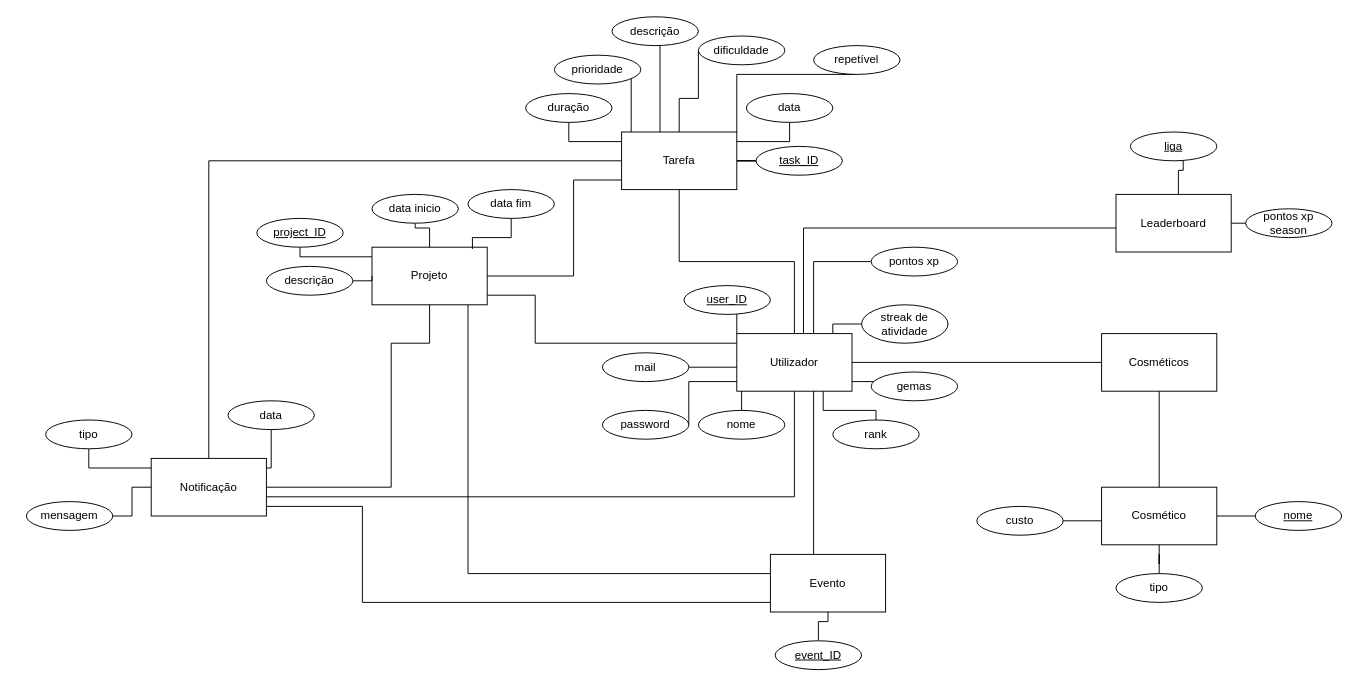
Gongas1331/StudySync keeps this draw.io diagram as docs/studysync_der.drawio. Above is the earlier version. Source tidied: cells renumbered, new cells numbered last; positions are measured from the earlier drawing's top-left corner, leaving out a move shared by most shapes. Both pictures are drawn from the tidied source at 96%, with x=0, y=0 at pixel (26, 16).
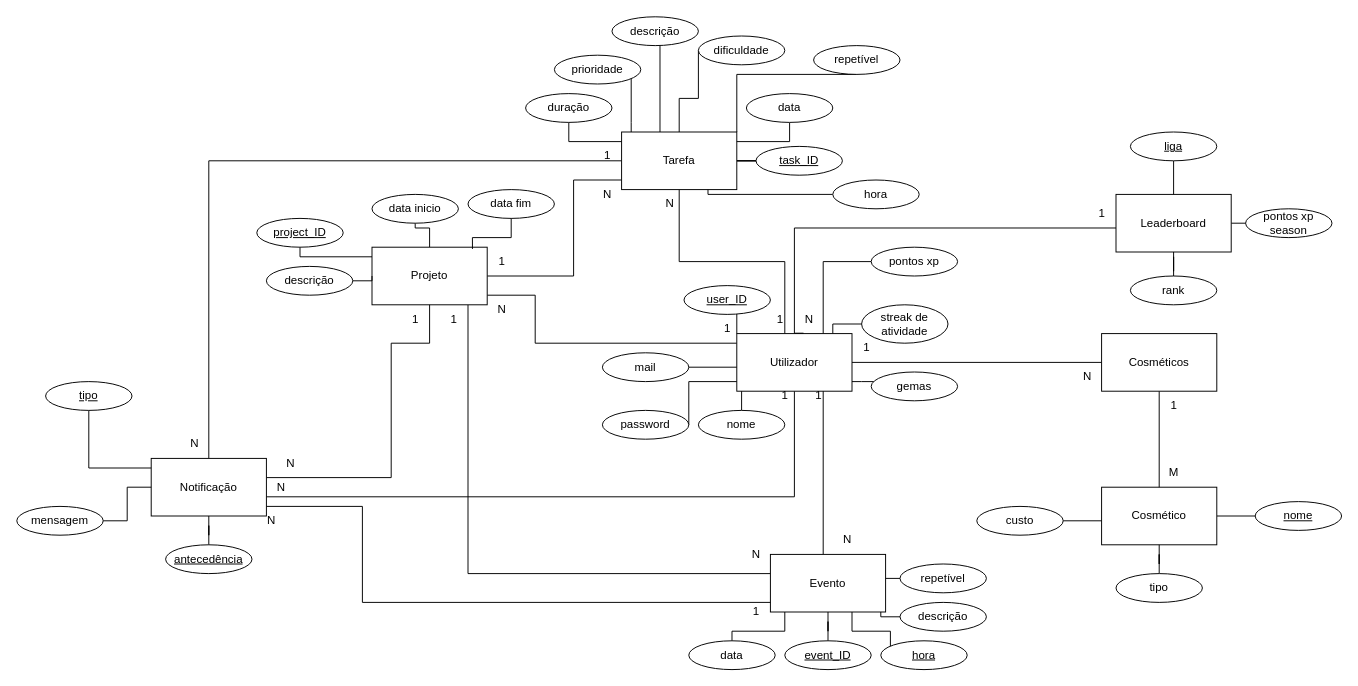
The same page after the edit.

The change refers to these unchanged cells:
```xml
<mxCell id="10" value="Utilizador" style="rounded=0;whiteSpace=wrap;html=1;" parent="1" vertex="1">
  <mxGeometry x="740" y="330" width="120" height="60" as="geometry" />
</mxCell>
<mxCell id="14" value="Tarefa" style="rounded=0;whiteSpace=wrap;html=1;" parent="1" vertex="1">
  <mxGeometry x="620" y="120" width="120" height="60" as="geometry" />
</mxCell>
<mxCell id="17" value="Evento" style="rounded=0;whiteSpace=wrap;html=1;" parent="1" vertex="1">
  <mxGeometry x="775" y="560" width="120" height="60" as="geometry" />
</mxCell>
<mxCell id="19" value="Projeto" style="rounded=0;whiteSpace=wrap;html=1;" parent="1" vertex="1">
  <mxGeometry x="360" y="240" width="120" height="60" as="geometry" />
</mxCell>
<mxCell id="22" value="Notificação" style="rounded=0;whiteSpace=wrap;html=1;" parent="1" vertex="1">
  <mxGeometry x="130" y="460" width="120" height="60" as="geometry" />
</mxCell>
<mxCell id="44" value="Leaderboard" style="rounded=0;whiteSpace=wrap;html=1;" parent="1" vertex="1">
  <mxGeometry x="1135" y="185" width="120" height="60" as="geometry" />
</mxCell>
<mxCell id="45" value="pontos xp" style="ellipse;whiteSpace=wrap;html=1;" parent="1" vertex="1">
  <mxGeometry x="880" y="240" width="90" height="30" as="geometry" />
</mxCell>
<mxCell id="47" value="&lt;u&gt;liga&lt;/u&gt;" style="ellipse;whiteSpace=wrap;html=1;" parent="1" vertex="1">
  <mxGeometry x="1150" y="120" width="90" height="30" as="geometry" />
</mxCell>
```

Change to the diagram source:
```diff
@@
     <mxCell id="2" style="edgeStyle=orthogonalEdgeStyle;rounded=0;jettySize=auto;html=1;endArrow=none;endFill=0;" parent="1" edge="1" source="10" target="14">
-      <mxGeometry relative="1" as="geometry" />
+      <mxGeometry relative="1" as="geometry">
+        <Array as="points">
+          <mxPoint x="790" y="255" />
+          <mxPoint x="680" y="255" />
+        </Array>
+      </mxGeometry>
     </mxCell>
@@
-    <mxCell id="6" style="edgeStyle=orthogonalEdgeStyle;rounded=0;jettySize=auto;html=1;endArrow=none;endFill=0;" parent="1" edge="1" source="10" target="48">
-      <mxGeometry relative="1" as="geometry">
-        <Array as="points">
-          <mxPoint x="830" y="410" />
-          <mxPoint x="885" y="410" />
-        </Array>
-      </mxGeometry>
-    </mxCell>
@@
     <mxCell id="9" style="edgeStyle=orthogonalEdgeStyle;rounded=0;jettySize=auto;html=1;endArrow=none;endFill=0;" parent="1" edge="1" source="10" target="45">
       <mxGeometry relative="1" as="geometry">
         <Array as="points">
-          <mxPoint x="820" y="255" />
+          <mxPoint x="830" y="255" />
         </Array>
       </mxGeometry>
     </mxCell>
@@
-    <mxCell id="15" style="edgeStyle=orthogonalEdgeStyle;rounded=0;jettySize=auto;html=1;endArrow=none;endFill=0;" parent="1" edge="1" source="17" target="10">
+    <mxCell id="15" style="edgeStyle=orthogonalEdgeStyle;rounded=0;orthogonalLoop=1;jettySize=auto;html=1;endArrow=none;endFill=0;" parent="1" edge="1">
       <mxGeometry relative="1" as="geometry">
+        <mxPoint x="830" y="560" as="sourcePoint" />
+        <mxPoint x="830" y="390" as="targetPoint" />
         <Array as="points">
-          <mxPoint x="820" y="520" />
-          <mxPoint x="820" y="520" />
+          <mxPoint x="830" y="520" />
+          <mxPoint x="830" y="520" />
         </Array>
       </mxGeometry>
     </mxCell>
@@
+    <mxCell id="78" style="edgeStyle=orthogonalEdgeStyle;rounded=0;jettySize=auto;html=1;endArrow=none;endFill=0;" parent="1" edge="1" source="17" target="75">
+      <mxGeometry relative="1" as="geometry">
+        <Array as="points">
+          <mxPoint x="790" y="640" />
+          <mxPoint x="735" y="640" />
+        </Array>
+      </mxGeometry>
+    </mxCell>
@@
     <mxCell id="21" style="edgeStyle=orthogonalEdgeStyle;rounded=0;jettySize=auto;html=1;endArrow=none;endFill=0;" parent="1" edge="1" source="22" target="19">
       <mxGeometry relative="1" as="geometry">
         <Array as="points">
-          <mxPoint x="380" y="490" />
+          <mxPoint x="380" y="480" />
           <mxPoint x="380" y="340" />
           <mxPoint x="420" y="340" />
         </Array>
       </mxGeometry>
     </mxCell>
@@
     <mxCell id="32" value="&lt;u&gt;event_ID&lt;/u&gt;" style="ellipse;whiteSpace=wrap;html=1;" parent="1" vertex="1">
-      <mxGeometry x="780" y="650" width="90" height="30" as="geometry" />
+      <mxGeometry x="790" y="650" width="90" height="30" as="geometry" />
     </mxCell>
@@
     <mxCell id="46" style="edgeStyle=orthogonalEdgeStyle;rounded=0;jettySize=auto;html=1;endArrow=none;endFill=0;" parent="1" edge="1" source="47" target="44">
       <mxGeometry relative="1" as="geometry">
         <Array as="points">
-          <mxPoint x="1205" y="160" />
-          <mxPoint x="1200" y="160" />
+          <mxPoint x="1200" y="150" />
+          <mxPoint x="1200" y="150" />
         </Array>
       </mxGeometry>
     </mxCell>
@@
+    <mxCell id="79" style="edgeStyle=orthogonalEdgeStyle;rounded=0;jettySize=auto;html=1;endArrow=none;endFill=0;" parent="1" edge="1" source="48" target="44">
+      <mxGeometry relative="1" as="geometry" />
+    </mxCell>
     <mxCell id="48" value="rank" style="ellipse;whiteSpace=wrap;html=1;" parent="1" vertex="1">
-      <mxGeometry x="840" y="420" width="90" height="30" as="geometry" />
+      <mxGeometry x="1150" y="270" width="90" height="30" as="geometry" />
     </mxCell>
@@
     <mxCell id="54" style="edgeStyle=orthogonalEdgeStyle;rounded=0;jettySize=auto;html=1;entryX=0.579;entryY=-0.007;entryDx=0;entryDy=0;entryPerimeter=0;endArrow=none;endFill=0;" parent="1" edge="1" source="44" target="10">
       <mxGeometry relative="1" as="geometry">
         <Array as="points">
-          <mxPoint x="810" y="220" />
+          <mxPoint x="800" y="220" />
+          <mxPoint x="800" y="330" />
         </Array>
       </mxGeometry>
     </mxCell>
@@
-    <mxCell id="73" value="tipo" style="ellipse;whiteSpace=wrap;html=1;" parent="1" vertex="1">
-      <mxGeometry x="20" y="420" width="90" height="30" as="geometry" />
+    <mxCell id="73" value="tipo" style="ellipse;whiteSpace=wrap;html=1;fontStyle=4;" parent="1" vertex="1">
+      <mxGeometry x="20" y="380" width="90" height="30" as="geometry" />
     </mxCell>
-    <mxCell id="74" style="edgeStyle=orthogonalEdgeStyle;rounded=0;jettySize=auto;html=1;endArrow=none;endFill=0;" parent="1" edge="1" source="75" target="22">
-      <mxGeometry relative="1" as="geometry">
-        <Array as="points">
-          <mxPoint x="255" y="470" />
-        </Array>
-      </mxGeometry>
-    </mxCell>
-    <mxCell id="75" value="data" style="ellipse;whiteSpace=wrap;html=1;" parent="1" vertex="1">
-      <mxGeometry x="210" y="400" width="90" height="30" as="geometry" />
-    </mxCell>
@@
-    <mxCell id="77" value="mensagem" style="ellipse;whiteSpace=wrap;html=1;" parent="1" vertex="1">
-      <mxGeometry y="505" width="90" height="30" as="geometry" />
+    <mxCell id="77" value="mensagem" style="ellipse;whiteSpace=wrap;html=1;fontStyle=0;" parent="1" vertex="1">
+      <mxGeometry x="-10" y="510" width="90" height="30" as="geometry" />
     </mxCell>
+    <mxCell id="80" style="edgeStyle=orthogonalEdgeStyle;rounded=0;jettySize=auto;html=1;endArrow=none;endFill=0;" parent="1" edge="1" source="81" target="22">
+      <mxGeometry relative="1" as="geometry" />
+    </mxCell>
+    <mxCell id="81" value="antecedência" style="ellipse;whiteSpace=wrap;html=1;fontStyle=4;" parent="1" vertex="1">
+      <mxGeometry x="145" y="550" width="90" height="30" as="geometry" />
+    </mxCell>
+    <mxCell id="82" style="edgeStyle=orthogonalEdgeStyle;rounded=0;jettySize=auto;html=1;endArrow=none;endFill=0;" parent="1" edge="1" source="83" target="14">
+      <mxGeometry relative="1" as="geometry">
+        <Array as="points">
+          <mxPoint x="710" y="185" />
+        </Array>
+      </mxGeometry>
+    </mxCell>
+    <mxCell id="83" value="hora" style="ellipse;whiteSpace=wrap;html=1;fontStyle=0;" parent="1" vertex="1">
+      <mxGeometry x="840" y="170" width="90" height="30" as="geometry" />
+    </mxCell>
+    <mxCell id="84" value="1" style="text;html=1;align=center;verticalAlign=middle;strokeColor=none;fillColor=none;" parent="1" vertex="1">
+      <mxGeometry x="390" y="300" width="30" height="30" as="geometry" />
+    </mxCell>
+    <mxCell id="85" value="N" style="text;html=1;align=center;verticalAlign=middle;strokeColor=none;fillColor=none;" parent="1" vertex="1">
+      <mxGeometry x="800" y="300" width="30" height="30" as="geometry" />
+    </mxCell>
+    <mxCell id="86" value="M" style="text;html=1;align=center;verticalAlign=middle;strokeColor=none;fillColor=none;" parent="1" vertex="1">
+      <mxGeometry x="1180" y="460" width="30" height="30" as="geometry" />
+    </mxCell>
+    <mxCell id="87" value="N" style="text;html=1;align=center;verticalAlign=middle;strokeColor=none;fillColor=none;" parent="1" vertex="1">
+      <mxGeometry x="1090" y="360" width="30" height="30" as="geometry" />
+    </mxCell>
+    <mxCell id="88" value="1" style="text;html=1;align=center;verticalAlign=middle;strokeColor=none;fillColor=none;" parent="1" vertex="1">
+      <mxGeometry x="860" y="330" width="30" height="30" as="geometry" />
+    </mxCell>
+    <mxCell id="89" value="N" style="text;html=1;align=center;verticalAlign=middle;strokeColor=none;fillColor=none;" parent="1" vertex="1">
+      <mxGeometry x="655" y="180" width="30" height="30" as="geometry" />
+    </mxCell>
+    <mxCell id="90" value="1" style="text;html=1;align=center;verticalAlign=middle;strokeColor=none;fillColor=none;" parent="1" vertex="1">
+      <mxGeometry x="1105" y="190" width="30" height="30" as="geometry" />
+    </mxCell>
+    <mxCell id="91" value="1" style="text;html=1;align=center;verticalAlign=middle;strokeColor=none;fillColor=none;" parent="1" vertex="1">
+      <mxGeometry x="770" y="300" width="30" height="30" as="geometry" />
+    </mxCell>
+    <mxCell id="92" value="1" style="text;html=1;align=center;verticalAlign=middle;strokeColor=none;fillColor=none;" parent="1" vertex="1">
+      <mxGeometry x="715" y="310" width="30" height="30" as="geometry" />
+    </mxCell>
+    <mxCell id="93" value="N" style="text;html=1;align=center;verticalAlign=middle;strokeColor=none;fillColor=none;" parent="1" vertex="1">
+      <mxGeometry x="480" y="290" width="30" height="30" as="geometry" />
+    </mxCell>
+    <mxCell id="94" value="1" style="text;html=1;align=center;verticalAlign=middle;strokeColor=none;fillColor=none;" parent="1" vertex="1">
+      <mxGeometry x="745" y="605" width="30" height="30" as="geometry" />
+    </mxCell>
+    <mxCell id="95" value="N" style="text;html=1;align=center;verticalAlign=middle;strokeColor=none;fillColor=none;" parent="1" vertex="1">
+      <mxGeometry x="240" y="510" width="30" height="30" as="geometry" />
+    </mxCell>
+    <mxCell id="96" value="1" style="text;html=1;align=center;verticalAlign=middle;strokeColor=none;fillColor=none;" parent="1" vertex="1">
+      <mxGeometry x="775" y="380" width="30" height="30" as="geometry" />
+    </mxCell>
+    <mxCell id="97" value="N" style="text;html=1;align=center;verticalAlign=middle;strokeColor=none;fillColor=none;" parent="1" vertex="1">
+      <mxGeometry x="250" y="475" width="30" height="30" as="geometry" />
+    </mxCell>
+    <mxCell id="98" value="N" style="text;html=1;align=center;verticalAlign=middle;strokeColor=none;fillColor=none;" parent="1" vertex="1">
+      <mxGeometry x="260" y="450" width="30" height="30" as="geometry" />
+    </mxCell>
+    <mxCell id="99" value="N" style="text;html=1;align=center;verticalAlign=middle;strokeColor=none;fillColor=none;" parent="1" vertex="1">
+      <mxGeometry x="160" y="430" width="30" height="30" as="geometry" />
+    </mxCell>
+    <mxCell id="100" value="1" style="text;html=1;align=center;verticalAlign=middle;strokeColor=none;fillColor=none;" parent="1" vertex="1">
+      <mxGeometry x="480" y="240" width="30" height="30" as="geometry" />
+    </mxCell>
+    <mxCell id="101" value="N" style="text;html=1;align=center;verticalAlign=middle;strokeColor=none;fillColor=none;" parent="1" vertex="1">
+      <mxGeometry x="590" y="170" width="30" height="30" as="geometry" />
+    </mxCell>
+    <mxCell id="102" value="1" style="text;html=1;align=center;verticalAlign=middle;strokeColor=none;fillColor=none;" parent="1" vertex="1">
+      <mxGeometry x="590" y="130" width="30" height="30" as="geometry" />
+    </mxCell>
+    <mxCell id="103" value="1" style="text;html=1;align=center;verticalAlign=middle;strokeColor=none;fillColor=none;" parent="1" vertex="1">
+      <mxGeometry x="1180" y="390" width="30" height="30" as="geometry" />
+    </mxCell>
+    <mxCell id="104" value="1" style="text;html=1;align=center;verticalAlign=middle;strokeColor=none;fillColor=none;" parent="1" vertex="1">
+      <mxGeometry x="810" y="380" width="30" height="30" as="geometry" />
+    </mxCell>
+    <mxCell id="105" value="N" style="text;html=1;align=center;verticalAlign=middle;strokeColor=none;fillColor=none;" parent="1" vertex="1">
+      <mxGeometry x="840" y="530" width="30" height="30" as="geometry" />
+    </mxCell>
+    <mxCell id="106" value="1" style="text;html=1;align=center;verticalAlign=middle;strokeColor=none;fillColor=none;" parent="1" vertex="1">
+      <mxGeometry x="430" y="300" width="30" height="30" as="geometry" />
+    </mxCell>
+    <mxCell id="107" value="N" style="text;html=1;align=center;verticalAlign=middle;strokeColor=none;fillColor=none;" parent="1" vertex="1">
+      <mxGeometry x="745" y="545" width="30" height="30" as="geometry" />
+    </mxCell>
+    <mxCell id="75" value="data" style="ellipse;whiteSpace=wrap;html=1;" parent="1" vertex="1">
+      <mxGeometry x="690" y="650" width="90" height="30" as="geometry" />
+    </mxCell>
+    <mxCell id="108" style="edgeStyle=orthogonalEdgeStyle;rounded=0;jettySize=auto;html=1;endArrow=none;endFill=0;" parent="1" edge="1" source="109" target="17">
+      <mxGeometry relative="1" as="geometry">
+        <Array as="points">
+          <mxPoint x="900" y="640" />
+          <mxPoint x="860" y="640" />
+        </Array>
+      </mxGeometry>
+    </mxCell>
+    <mxCell id="109" value="hora" style="ellipse;whiteSpace=wrap;html=1;fontStyle=4;" parent="1" vertex="1">
+      <mxGeometry x="890" y="650" width="90" height="30" as="geometry" />
+    </mxCell>
+    <mxCell id="110" style="edgeStyle=orthogonalEdgeStyle;rounded=0;jettySize=auto;html=1;endArrow=none;endFill=0;" parent="1" edge="1" source="111" target="17">
+      <mxGeometry relative="1" as="geometry">
+        <Array as="points">
+          <mxPoint x="890" y="625" />
+        </Array>
+      </mxGeometry>
+    </mxCell>
+    <mxCell id="111" value="descrição" style="ellipse;whiteSpace=wrap;html=1;" parent="1" vertex="1">
+      <mxGeometry x="910" y="610" width="90" height="30" as="geometry" />
+    </mxCell>
+    <mxCell id="112" style="edgeStyle=orthogonalEdgeStyle;rounded=0;jettySize=auto;html=1;endArrow=none;endFill=0;" parent="1" edge="1" source="113" target="17">
+      <mxGeometry relative="1" as="geometry">
+        <Array as="points">
+          <mxPoint x="910" y="590" />
+          <mxPoint x="910" y="590" />
+        </Array>
+      </mxGeometry>
+    </mxCell>
+    <mxCell id="113" value="repetível" style="ellipse;whiteSpace=wrap;html=1;" parent="1" vertex="1">
+      <mxGeometry x="910" y="570" width="90" height="30" as="geometry" />
+    </mxCell>
```
